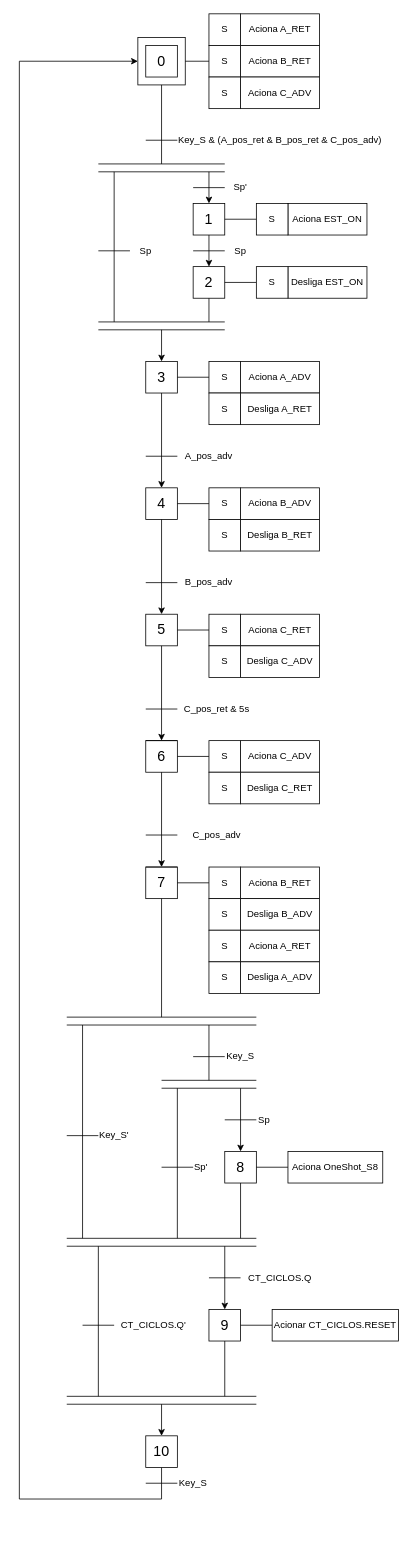
Before: Experiência 4 - Dispositivo de dosagem e enchimento de embalagens/Experimento4_CLP.drawio in pedroManuelP/Automa-o-Industrial, a draw.io diagram. Source tidied: cells renumbered, new cells numbered last; positions are measured from the earlier drawing's top-left corner, leaving out a move shared by most shapes. Both pictures are drawn from the tidied source at 79%, with x=0, y=0 at pixel (19, 13).
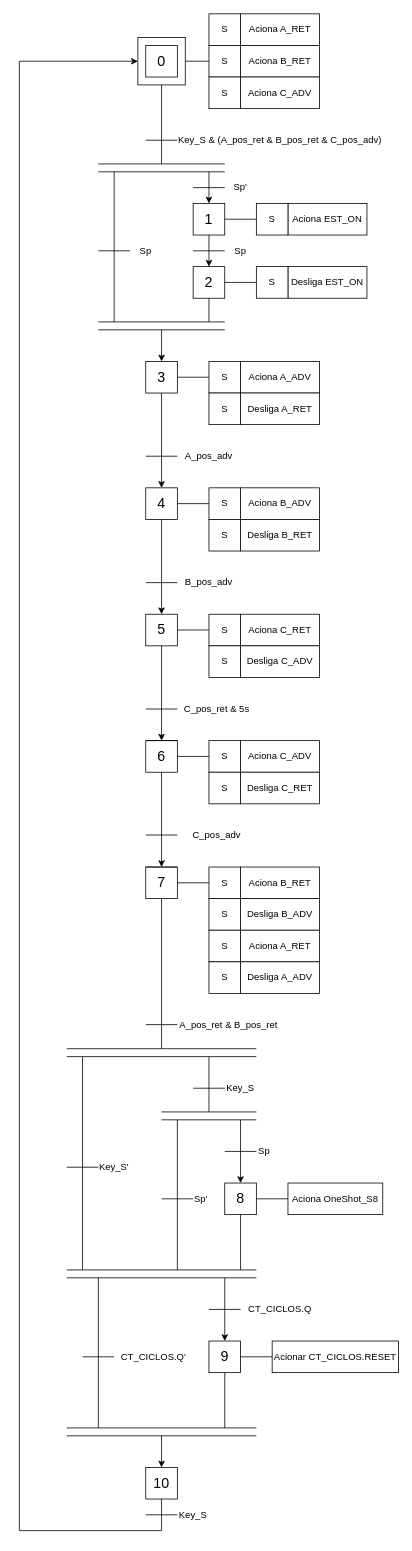
After the change.

Unchanged cells that the change refers to:
```xml
<mxCell id="2" style="rounded=0;whiteSpace=wrap;html=1;" parent="1" vertex="1">
  <mxGeometry x="150" y="30" width="60" height="60" as="geometry" />
</mxCell>
<mxCell id="57" value="&lt;font style=&quot;font-size: 18px;&quot;&gt;7&lt;/font&gt;" style="rounded=0;whiteSpace=wrap;html=1;" parent="1" vertex="1">
  <mxGeometry x="160" y="1080" width="40" height="40" as="geometry" />
</mxCell>
```

Diff of the diagram source:
```diff
@@
     <mxCell id="70" style="endArrow=none;html=1;rounded=0;entryX=0.5;entryY=1;entryDx=0;entryDy=0;" parent="1" edge="1" target="57">
       <mxGeometry relative="1" as="geometry">
-        <mxPoint x="180" y="1270" as="sourcePoint" />
+        <mxPoint x="180" y="1310" as="sourcePoint" />
       </mxGeometry>
     </mxCell>
     <mxCell id="71" style="endArrow=none;html=1;rounded=0;" parent="1" edge="1">
       <mxGeometry relative="1" as="geometry">
-        <mxPoint x="60" y="1270" as="sourcePoint" />
-        <mxPoint x="300" y="1270" as="targetPoint" />
+        <mxPoint x="60" y="1310" as="sourcePoint" />
+        <mxPoint x="300" y="1310" as="targetPoint" />
       </mxGeometry>
     </mxCell>
     <mxCell id="72" style="endArrow=none;html=1;rounded=0;" parent="1" edge="1">
       <mxGeometry relative="1" as="geometry">
-        <mxPoint x="60" y="1280" as="sourcePoint" />
-        <mxPoint x="300" y="1280" as="targetPoint" />
+        <mxPoint x="60" y="1320" as="sourcePoint" />
+        <mxPoint x="300" y="1320" as="targetPoint" />
       </mxGeometry>
     </mxCell>
     <mxCell id="73" style="endArrow=none;html=1;rounded=0;" parent="1" edge="1">
       <mxGeometry relative="1" as="geometry">
-        <mxPoint x="80" y="1280" as="sourcePoint" />
-        <mxPoint x="80" y="1550" as="targetPoint" />
+        <mxPoint x="80" y="1320" as="sourcePoint" />
+        <mxPoint x="80" y="1590" as="targetPoint" />
       </mxGeometry>
     </mxCell>
     <mxCell id="74" style="endArrow=none;html=1;rounded=0;" parent="1" edge="1">
       <mxGeometry relative="1" as="geometry">
-        <mxPoint x="240" y="1280" as="sourcePoint" />
-        <mxPoint x="240" y="1350" as="targetPoint" />
+        <mxPoint x="240" y="1320" as="sourcePoint" />
+        <mxPoint x="240" y="1390" as="targetPoint" />
       </mxGeometry>
     </mxCell>
     <mxCell id="75" style="endArrow=none;html=1;rounded=0;" parent="1" edge="1">
       <mxGeometry relative="1" as="geometry">
-        <mxPoint x="180" y="1350" as="sourcePoint" />
-        <mxPoint x="300" y="1350" as="targetPoint" />
+        <mxPoint x="180" y="1390" as="sourcePoint" />
+        <mxPoint x="300" y="1390" as="targetPoint" />
       </mxGeometry>
     </mxCell>
     <mxCell id="76" style="endArrow=none;html=1;rounded=0;" parent="1" edge="1">
       <mxGeometry relative="1" as="geometry">
-        <mxPoint x="180" y="1360" as="sourcePoint" />
-        <mxPoint x="300" y="1360" as="targetPoint" />
+        <mxPoint x="180" y="1400" as="sourcePoint" />
+        <mxPoint x="300" y="1400" as="targetPoint" />
       </mxGeometry>
     </mxCell>
     <mxCell id="77" style="endArrow=none;html=1;rounded=0;" parent="1" edge="1">
       <mxGeometry relative="1" as="geometry">
-        <mxPoint x="220" y="1320" as="sourcePoint" />
-        <mxPoint x="260" y="1320" as="targetPoint" />
+        <mxPoint x="220" y="1360" as="sourcePoint" />
+        <mxPoint x="260" y="1360" as="targetPoint" />
       </mxGeometry>
     </mxCell>
     <mxCell id="78" value="Key_S" style="text;html=1;align=center;verticalAlign=middle;whiteSpace=wrap;rounded=0;" parent="1" vertex="1">
-      <mxGeometry x="260" y="1310" width="40" height="20" as="geometry" />
+      <mxGeometry x="260" y="1350" width="40" height="20" as="geometry" />
     </mxCell>
     <mxCell id="79" style="endArrow=none;html=1;rounded=0;" parent="1" edge="1">
       <mxGeometry relative="1" as="geometry">
-        <mxPoint x="200" y="1360" as="sourcePoint" />
-        <mxPoint x="200" y="1550" as="targetPoint" />
+        <mxPoint x="200" y="1400" as="sourcePoint" />
+        <mxPoint x="200" y="1590" as="targetPoint" />
       </mxGeometry>
     </mxCell>
     <mxCell id="80" style="endArrow=none;html=1;rounded=0;entryX=0;entryY=0.5;entryDx=0;entryDy=0;" parent="1" edge="1" target="81">
       <mxGeometry relative="1" as="geometry">
-        <mxPoint x="180" y="1460" as="sourcePoint" />
+        <mxPoint x="180" y="1500" as="sourcePoint" />
       </mxGeometry>
     </mxCell>
     <mxCell id="81" value="Sp'" style="text;html=1;align=center;verticalAlign=middle;whiteSpace=wrap;rounded=0;" parent="1" vertex="1">
-      <mxGeometry x="220" y="1450" width="20" height="20" as="geometry" />
+      <mxGeometry x="220" y="1490" width="20" height="20" as="geometry" />
     </mxCell>
     <mxCell id="82" style="endArrow=none;html=1;rounded=0;" parent="1" edge="1">
       <mxGeometry relative="1" as="geometry">
-        <mxPoint x="260" y="1400" as="sourcePoint" />
-        <mxPoint x="300" y="1400" as="targetPoint" />
+        <mxPoint x="260" y="1440" as="sourcePoint" />
+        <mxPoint x="300" y="1440" as="targetPoint" />
       </mxGeometry>
     </mxCell>
     <mxCell id="83" value="Sp" style="text;html=1;align=center;verticalAlign=middle;whiteSpace=wrap;rounded=0;" parent="1" vertex="1">
-      <mxGeometry x="300" y="1390" width="20" height="20" as="geometry" />
+      <mxGeometry x="300" y="1430" width="20" height="20" as="geometry" />
     </mxCell>
     <mxCell id="84" value="&lt;font style=&quot;font-size: 18px;&quot;&gt;8&lt;/font&gt;" style="rounded=0;whiteSpace=wrap;html=1;" parent="1" vertex="1">
-      <mxGeometry x="260" y="1440" width="40" height="40" as="geometry" />
+      <mxGeometry x="260" y="1480" width="40" height="40" as="geometry" />
     </mxCell>
     <mxCell id="85" style="endArrow=classic;html=1;rounded=0;entryX=0.5;entryY=0;entryDx=0;entryDy=0;" parent="1" edge="1" target="84">
       <mxGeometry relative="1" as="geometry">
-        <mxPoint x="280" y="1360" as="sourcePoint" />
+        <mxPoint x="280" y="1400" as="sourcePoint" />
       </mxGeometry>
     </mxCell>
     <mxCell id="86" style="endArrow=none;html=1;rounded=0;exitX=1;exitY=0.5;exitDx=0;exitDy=0;" parent="1" edge="1" source="84">
       <mxGeometry relative="1" as="geometry">
-        <mxPoint x="340" y="1460" as="targetPoint" />
+        <mxPoint x="340" y="1500" as="targetPoint" />
       </mxGeometry>
     </mxCell>
     <mxCell id="87" value="Aciona OneShot_S8" style="rounded=0;whiteSpace=wrap;html=1;" parent="1" vertex="1">
-      <mxGeometry x="340" y="1440" width="120" height="40" as="geometry" />
+      <mxGeometry x="340" y="1480" width="120" height="40" as="geometry" />
     </mxCell>
     <mxCell id="88" style="endArrow=none;html=1;rounded=0;" parent="1" edge="1">
       <mxGeometry relative="1" as="geometry">
-        <mxPoint x="280" y="1480" as="sourcePoint" />
-        <mxPoint x="280" y="1550" as="targetPoint" />
+        <mxPoint x="280" y="1520" as="sourcePoint" />
+        <mxPoint x="280" y="1590" as="targetPoint" />
       </mxGeometry>
     </mxCell>
     <mxCell id="89" style="endArrow=none;html=1;rounded=0;" parent="1" edge="1">
       <mxGeometry relative="1" as="geometry">
-        <mxPoint x="60" y="1420" as="sourcePoint" />
-        <mxPoint x="100" y="1420" as="targetPoint" />
+        <mxPoint x="60" y="1460" as="sourcePoint" />
+        <mxPoint x="100" y="1460" as="targetPoint" />
       </mxGeometry>
     </mxCell>
     <mxCell id="90" value="Key_S'" style="text;html=1;align=center;verticalAlign=middle;whiteSpace=wrap;rounded=0;" parent="1" vertex="1">
-      <mxGeometry x="100" y="1410" width="40" height="20" as="geometry" />
+      <mxGeometry x="100" y="1450" width="40" height="20" as="geometry" />
     </mxCell>
     <mxCell id="91" style="endArrow=none;html=1;rounded=0;" parent="1" edge="1">
       <mxGeometry relative="1" as="geometry">
-        <mxPoint x="60" y="1550" as="sourcePoint" />
-        <mxPoint x="300" y="1550" as="targetPoint" />
+        <mxPoint x="60" y="1590" as="sourcePoint" />
+        <mxPoint x="300" y="1590" as="targetPoint" />
       </mxGeometry>
     </mxCell>
     <mxCell id="92" style="endArrow=none;html=1;rounded=0;" parent="1" edge="1">
       <mxGeometry relative="1" as="geometry">
-        <mxPoint x="60" y="1560" as="sourcePoint" />
-        <mxPoint x="300" y="1560" as="targetPoint" />
+        <mxPoint x="60" y="1600" as="sourcePoint" />
+        <mxPoint x="300" y="1600" as="targetPoint" />
       </mxGeometry>
     </mxCell>
     <mxCell id="93" style="endArrow=classic;html=1;rounded=0;" parent="1" edge="1">
       <mxGeometry relative="1" as="geometry">
-        <mxPoint x="260" y="1560" as="sourcePoint" />
-        <mxPoint x="260" y="1640" as="targetPoint" />
+        <mxPoint x="260" y="1600" as="sourcePoint" />
+        <mxPoint x="260" y="1680" as="targetPoint" />
       </mxGeometry>
     </mxCell>
     <mxCell id="94" style="endArrow=none;html=1;rounded=0;" parent="1" edge="1">
       <mxGeometry relative="1" as="geometry">
-        <mxPoint x="240" y="1600" as="sourcePoint" />
-        <mxPoint x="280" y="1600" as="targetPoint" />
+        <mxPoint x="240" y="1640" as="sourcePoint" />
+        <mxPoint x="280" y="1640" as="targetPoint" />
       </mxGeometry>
     </mxCell>
     <mxCell id="95" value="CT_CICLOS.Q" style="text;html=1;align=center;verticalAlign=middle;whiteSpace=wrap;rounded=0;" parent="1" vertex="1">
-      <mxGeometry x="280" y="1590" width="100" height="20" as="geometry" />
+      <mxGeometry x="280" y="1630" width="100" height="20" as="geometry" />
     </mxCell>
     <mxCell id="96" value="&lt;font style=&quot;font-size: 18px;&quot;&gt;9&lt;/font&gt;" style="rounded=0;whiteSpace=wrap;html=1;" parent="1" vertex="1">
-      <mxGeometry x="240" y="1640" width="40" height="40" as="geometry" />
+      <mxGeometry x="240" y="1680" width="40" height="40" as="geometry" />
     </mxCell>
     <mxCell id="97" style="endArrow=none;html=1;rounded=0;exitX=1;exitY=0.5;exitDx=0;exitDy=0;" parent="1" edge="1" source="96">
       <mxGeometry relative="1" as="geometry">
-        <mxPoint x="320" y="1660" as="targetPoint" />
+        <mxPoint x="320" y="1700" as="targetPoint" />
       </mxGeometry>
     </mxCell>
     <mxCell id="98" value="Acionar CT_CICLOS.RESET" style="rounded=0;whiteSpace=wrap;html=1;" parent="1" vertex="1">
-      <mxGeometry x="320" y="1640" width="160" height="40" as="geometry" />
+      <mxGeometry x="320" y="1680" width="160" height="40" as="geometry" />
     </mxCell>
     <mxCell id="99" style="endArrow=none;html=1;rounded=0;" parent="1" edge="1">
       <mxGeometry relative="1" as="geometry">
-        <mxPoint x="100" y="1560" as="sourcePoint" />
-        <mxPoint x="100" y="1750" as="targetPoint" />
+        <mxPoint x="100" y="1600" as="sourcePoint" />
+        <mxPoint x="100" y="1790" as="targetPoint" />
       </mxGeometry>
     </mxCell>
     <mxCell id="100" style="endArrow=none;html=1;rounded=0;exitX=0.5;exitY=1;exitDx=0;exitDy=0;" parent="1" edge="1" source="96">
       <mxGeometry relative="1" as="geometry">
-        <mxPoint x="260" y="1750" as="targetPoint" />
+        <mxPoint x="260" y="1790" as="targetPoint" />
       </mxGeometry>
     </mxCell>
     <mxCell id="101" style="endArrow=none;html=1;rounded=0;" parent="1" edge="1">
       <mxGeometry relative="1" as="geometry">
-        <mxPoint x="60" y="1750" as="sourcePoint" />
-        <mxPoint x="300" y="1750" as="targetPoint" />
+        <mxPoint x="60" y="1790" as="sourcePoint" />
+        <mxPoint x="300" y="1790" as="targetPoint" />
       </mxGeometry>
     </mxCell>
     <mxCell id="102" style="endArrow=none;html=1;rounded=0;" parent="1" edge="1">
       <mxGeometry relative="1" as="geometry">
-        <mxPoint x="60" y="1760" as="sourcePoint" />
-        <mxPoint x="300" y="1760" as="targetPoint" />
+        <mxPoint x="60" y="1800" as="sourcePoint" />
+        <mxPoint x="300" y="1800" as="targetPoint" />
       </mxGeometry>
     </mxCell>
     <mxCell id="103" style="endArrow=none;html=1;rounded=0;" parent="1" edge="1">
       <mxGeometry relative="1" as="geometry">
-        <mxPoint x="80" y="1660" as="sourcePoint" />
-        <mxPoint x="120" y="1660" as="targetPoint" />
+        <mxPoint x="80" y="1700" as="sourcePoint" />
+        <mxPoint x="120" y="1700" as="targetPoint" />
       </mxGeometry>
     </mxCell>
     <mxCell id="104" value="CT_CICLOS.Q'" style="text;html=1;align=center;verticalAlign=middle;whiteSpace=wrap;rounded=0;" parent="1" vertex="1">
-      <mxGeometry x="120" y="1650" width="100" height="20" as="geometry" />
+      <mxGeometry x="120" y="1690" width="100" height="20" as="geometry" />
     </mxCell>
     <mxCell id="105" style="endArrow=classic;html=1;rounded=0;entryX=0;entryY=0.5;entryDx=0;entryDy=0;exitX=0.5;exitY=1;exitDx=0;exitDy=0;" parent="1" edge="1" source="121" target="2">
       <mxGeometry relative="1" as="geometry">
         <Array as="points">
-          <mxPoint x="180" y="1880" />
-          <mxPoint y="1880" />
+          <mxPoint x="180" y="1920" />
+          <mxPoint y="1920" />
           <mxPoint y="60" />
         </Array>
       </mxGeometry>
     </mxCell>
     <mxCell id="106" style="endArrow=none;html=1;rounded=0;" parent="1" edge="1">
       <mxGeometry relative="1" as="geometry">
-        <mxPoint x="160" y="1860" as="sourcePoint" />
-        <mxPoint x="200" y="1860" as="targetPoint" />
+        <mxPoint x="160" y="1900" as="sourcePoint" />
+        <mxPoint x="200" y="1900" as="targetPoint" />
       </mxGeometry>
     </mxCell>
     <mxCell id="107" value="Key_S" style="text;html=1;align=center;verticalAlign=middle;whiteSpace=wrap;rounded=0;" parent="1" vertex="1">
-      <mxGeometry x="200" y="1850" width="40" height="20" as="geometry" />
+      <mxGeometry x="200" y="1890" width="40" height="20" as="geometry" />
     </mxCell>
@@
     <mxCell id="121" value="&lt;font style=&quot;font-size: 18px;&quot;&gt;10&lt;/font&gt;" style="rounded=0;whiteSpace=wrap;html=1;" parent="1" vertex="1">
-      <mxGeometry x="160" y="1800" width="40" height="40" as="geometry" />
+      <mxGeometry x="160" y="1840" width="40" height="40" as="geometry" />
     </mxCell>
     <mxCell id="122" style="endArrow=classic;html=1;rounded=0;entryX=0.5;entryY=0;entryDx=0;entryDy=0;" parent="1" edge="1" target="121">
       <mxGeometry relative="1" as="geometry">
-        <mxPoint x="180" y="1760" as="sourcePoint" />
+        <mxPoint x="180" y="1800" as="sourcePoint" />
       </mxGeometry>
     </mxCell>
@@
+    <mxCell id="125" value="A_pos_ret &amp;amp; B_pos_ret" style="text;html=1;align=center;verticalAlign=middle;whiteSpace=wrap;rounded=0;" parent="1" vertex="1">
+      <mxGeometry x="200" y="1270" width="130" height="20" as="geometry" />
+    </mxCell>
+    <mxCell id="126" style="endArrow=none;html=1;rounded=0;" parent="1" edge="1">
+      <mxGeometry relative="1" as="geometry">
+        <mxPoint x="160" y="1279.5" as="sourcePoint" />
+        <mxPoint x="200" y="1279.5" as="targetPoint" />
+      </mxGeometry>
+    </mxCell>
```
